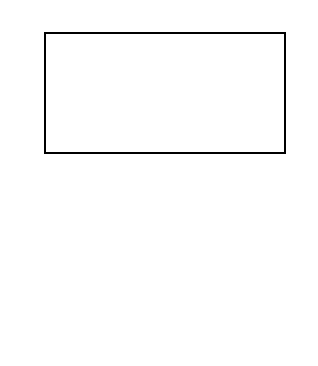
Above: 未命名绘图.drawio in daniel-0723/core-util (draw.io), before the change. Source tidied: cells renumbered, new cells numbered last; positions are measured from the earlier drawing's top-left corner, leaving out a move shared by most shapes. Both pictures are drawn from the tidied source at 200%, with x=0, y=0 at pixel (44, 32).
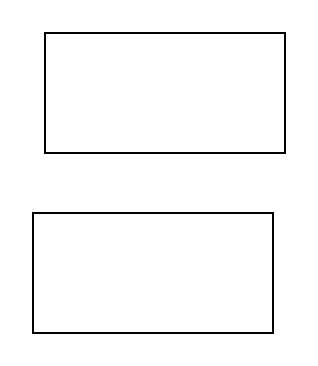
Above is the later version.

Commit message (it also covers changes not shown here):
更新未命名绘图.drawio

Diff of the diagram source:
```diff
@@
 <mxGraphModel>
   <root>
     <mxCell id="0" />
     <mxCell id="1" parent="0" />
     <mxCell id="2" style="rounded=0;whiteSpace=wrap;html=1;" parent="1" vertex="1">
       <mxGeometry width="120" height="60" as="geometry" />
     </mxCell>
+    <mxCell id="3" style="rounded=0;whiteSpace=wrap;html=1;" parent="1" vertex="1">
+      <mxGeometry x="-6" y="90" width="120" height="60" as="geometry" />
+    </mxCell>
   </root>
 </mxGraphModel>
```
